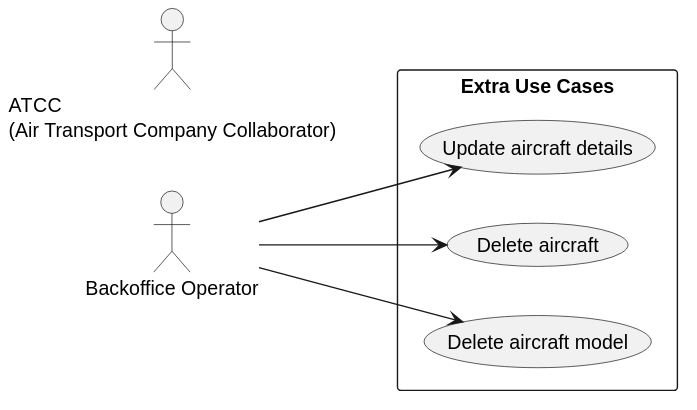
Above: docs/system-documentation/use-cases/EXTRAS/UCD/svg/use_case_diagram.svg in VascoMagolo/psoft_1231562_1241692_1242036_2db (PlantUML), before the change. The source it was exported from:
```plantuml
@startuml
left to right direction
skinparam packageStyle rectangle

actor "Backoffice Operator" as BO
actor "ATCC\n(Air Transport Company Collaborator)" as ATCC

rectangle "Extra Use Cases" {
  usecase "Update aircraft details" as UC_UpdateAircraft
  usecase "Delete aircraft" as UC_DeleteAircraft
  usecase "Delete aircraft model" as UC_DeleteAircraftModel
}

BO --> UC_UpdateAircraft
BO --> UC_DeleteAircraft
BO --> UC_DeleteAircraftModel
@enduml
```
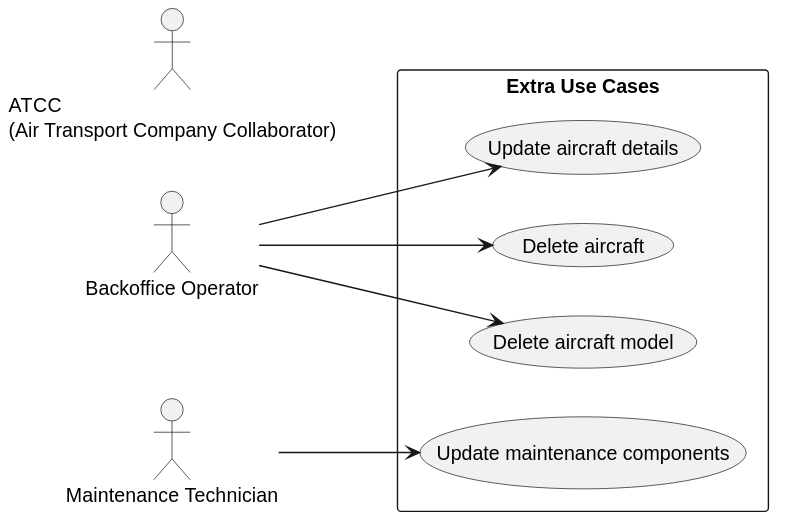
Above is the later version.

What changed in the source:
```diff
@@ -9,9 +9,12 @@
   usecase "Update aircraft details" as UC_UpdateAircraft
   usecase "Delete aircraft" as UC_DeleteAircraft
   usecase "Delete aircraft model" as UC_DeleteAircraftModel
+  usecase "Update maintenance components" as UC_UpdateMaintenance
 }
 
 BO --> UC_UpdateAircraft
 BO --> UC_DeleteAircraft
 BO --> UC_DeleteAircraftModel
+actor "Maintenance Technician" as Tech
+Tech --> UC_UpdateMaintenance
 @enduml
```
